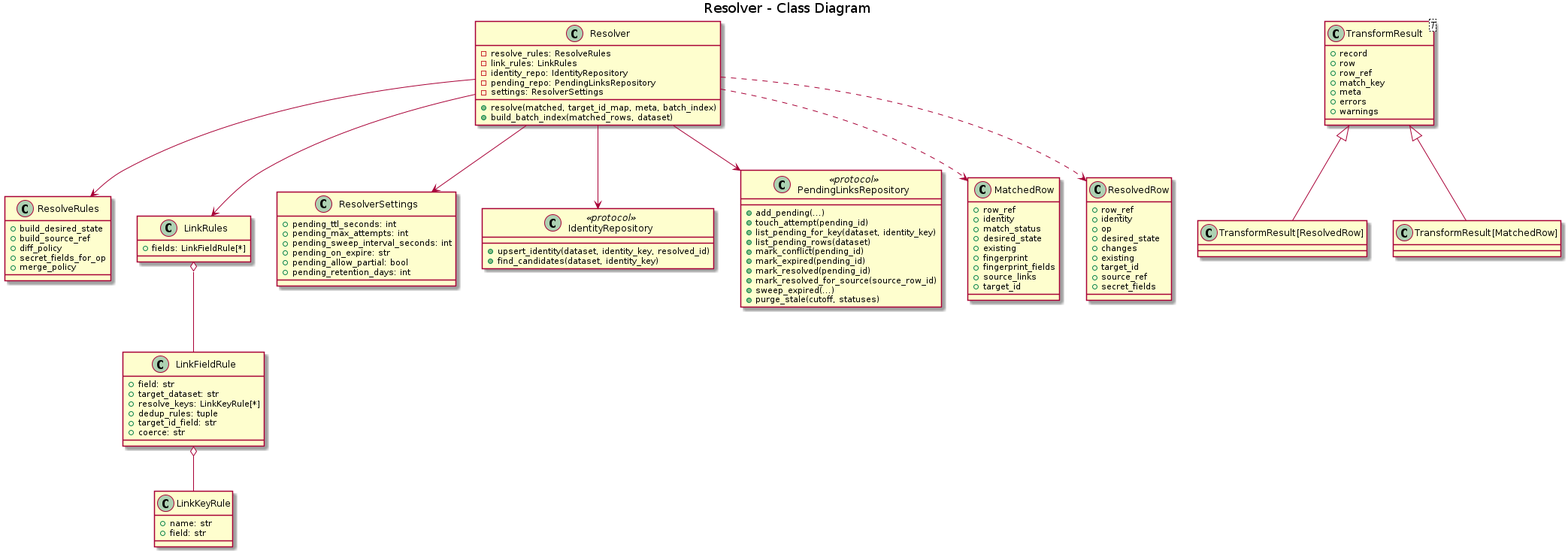
Before: docs/uml/transform/resolver/resolver_class.png, a diagram exported from PlantUML (xORex-LC/nexus-etl). Its source is kept beside it as docs/uml/transform/resolver/resolver_class.puml.
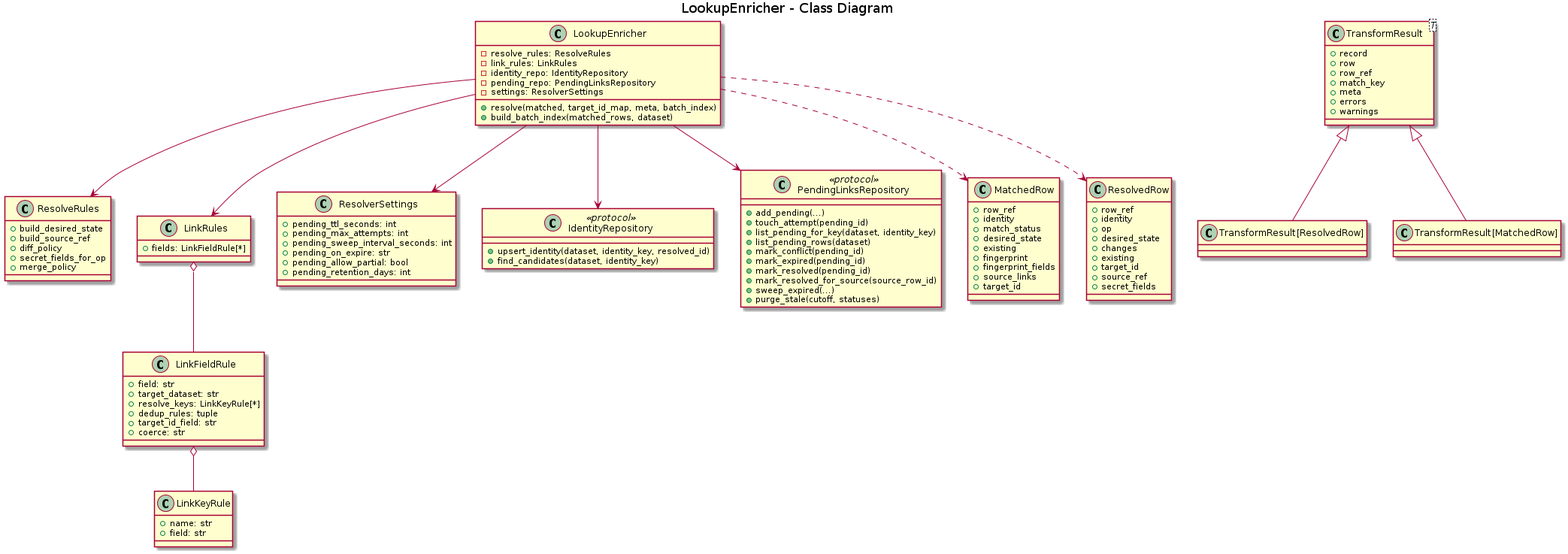
Above is the later version.

The edit, as a diff of the source:
```diff
@@ -1,7 +1,7 @@
 @startuml
-title Resolver - Class Diagram
+title LookupEnricher - Class Diagram
 
-class Resolver {
+class LookupEnricher {
   - resolve_rules: ResolveRules
   - link_rules: LinkRules
   - identity_repo: IdentityRepository
@@ -98,13 +98,13 @@
   + warnings
 }
 
-Resolver --> ResolveRules
-Resolver --> LinkRules
-Resolver --> IdentityRepository
-Resolver --> PendingLinksRepository
-Resolver --> ResolverSettings
-Resolver ..> MatchedRow
-Resolver ..> ResolvedRow
+LookupEnricher --> ResolveRules
+LookupEnricher --> LinkRules
+LookupEnricher --> IdentityRepository
+LookupEnricher --> PendingLinksRepository
+LookupEnricher --> ResolverSettings
+LookupEnricher ..> MatchedRow
+LookupEnricher ..> ResolvedRow
 TransformResult <|-- "TransformResult[ResolvedRow]"
 TransformResult <|-- "TransformResult[MatchedRow]"
 LinkRules o-- LinkFieldRule
```
